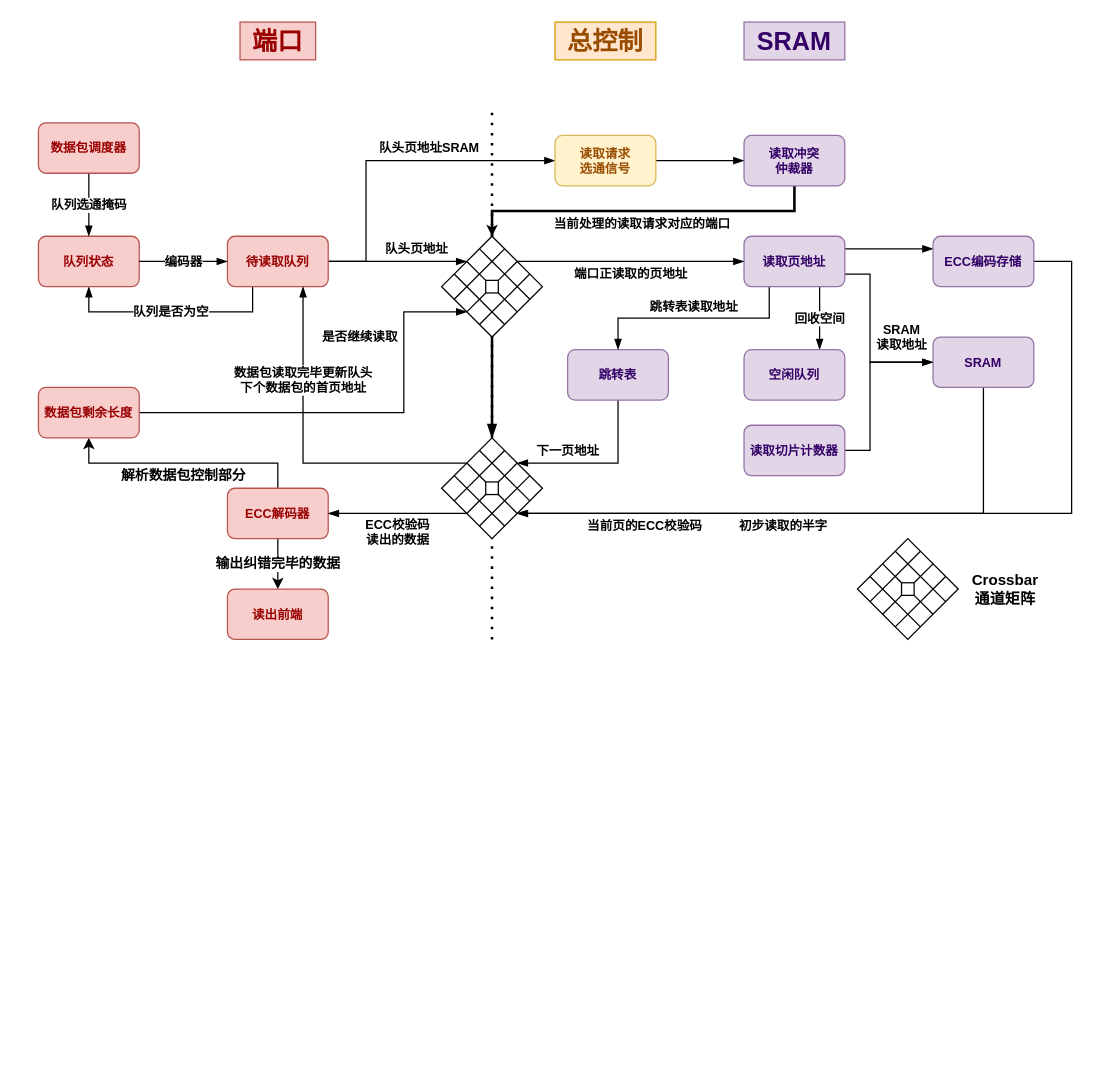
IceBear003/hydra keeps this draw.io diagram as 材料/图片大全6.drawio. Above is the earlier version. Source tidied: cells renumbered, new cells numbered last; positions are measured from the earlier drawing's top-left corner, leaving out a move shared by most shapes. Both pictures are drawn from the tidied source at 126%, with x=0, y=0 at pixel (38, 21).
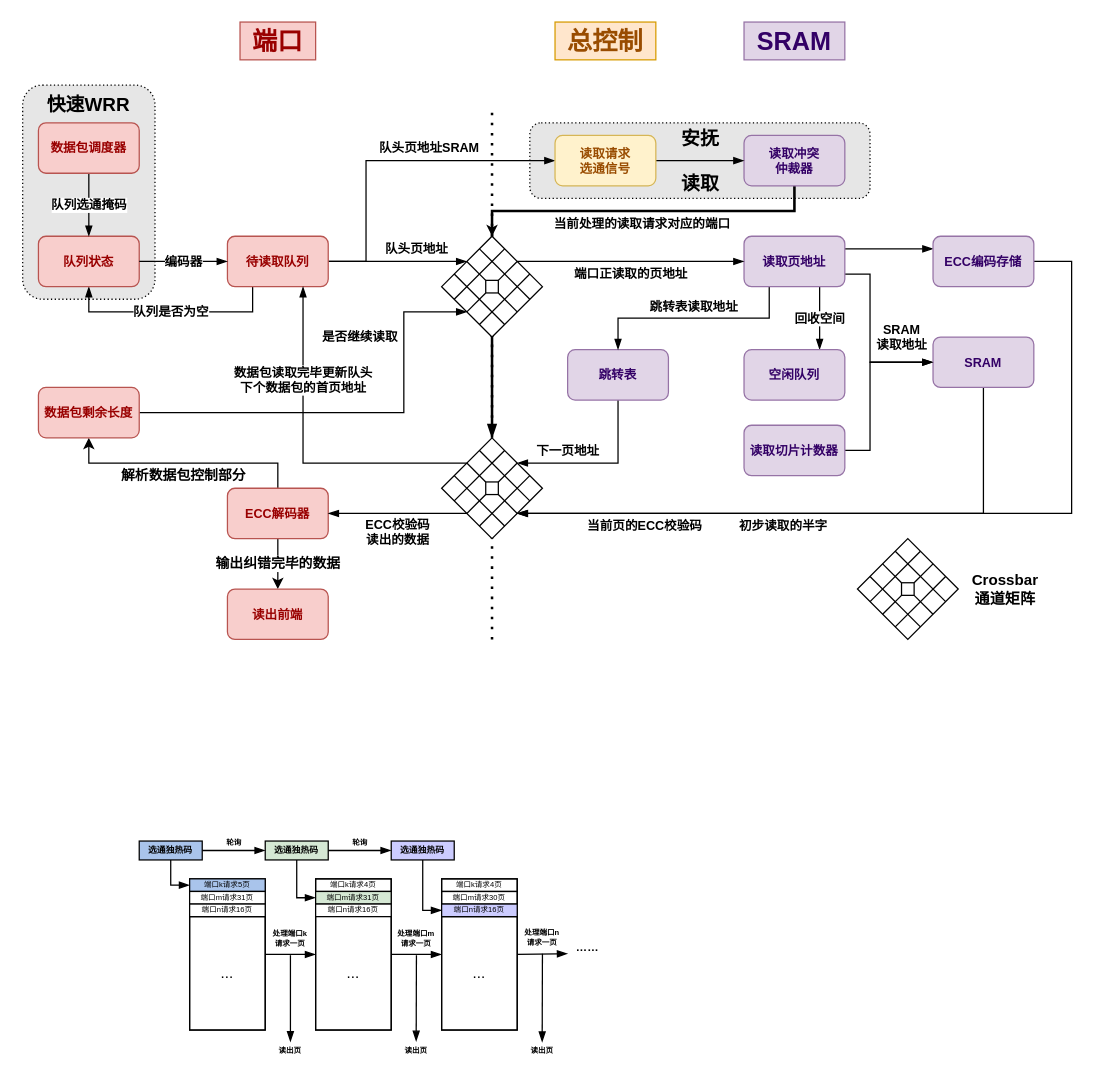
Above is the later version.

Diff of the diagram source:
```diff
@@
+    <mxCell id="76" style="rounded=1;whiteSpace=wrap;html=1;fillColor=#E6E6E6;fillStyle=auto;dashed=1;dashPattern=1 2;" parent="1" vertex="1">
+      <mxGeometry x="-12.5" y="50" width="105" height="170" as="geometry" />
+    </mxCell>
+    <mxCell id="77" style="rounded=1;whiteSpace=wrap;html=1;fillColor=#E6E6E6;fillStyle=auto;dashed=1;dashPattern=1 2;" parent="1" vertex="1">
+      <mxGeometry x="390" y="80" width="270" height="60" as="geometry" />
+    </mxCell>
@@
+    <mxCell id="78" value="&lt;b&gt;安抚&lt;/b&gt;&lt;div&gt;&lt;b&gt;&lt;br&gt;&lt;/b&gt;&lt;/div&gt;&lt;div&gt;&lt;b&gt;读取&lt;/b&gt;&lt;/div&gt;" style="text;html=1;align=center;verticalAlign=middle;whiteSpace=wrap;rounded=0;fontSize=15;" parent="1" vertex="1">
+      <mxGeometry x="497.5" y="95" width="55" height="30" as="geometry" />
+    </mxCell>
+    <mxCell id="79" value="&lt;b&gt;快速WRR&lt;/b&gt;" style="text;html=1;align=center;verticalAlign=middle;whiteSpace=wrap;rounded=0;fontSize=15;" parent="1" vertex="1">
+      <mxGeometry y="50" width="80" height="30" as="geometry" />
+    </mxCell>
+    <mxCell id="80" value="..." style="rounded=0;whiteSpace=wrap;html=1;" parent="1" vertex="1">
+      <mxGeometry x="320" y="710" width="60" height="90" as="geometry" />
+    </mxCell>
+    <mxCell id="81" value="..." style="rounded=0;whiteSpace=wrap;html=1;" parent="1" vertex="1">
+      <mxGeometry x="220" y="709.4" width="60" height="90.6" as="geometry" />
+    </mxCell>
+    <mxCell id="82" value="..." style="rounded=0;whiteSpace=wrap;html=1;" parent="1" vertex="1">
+      <mxGeometry x="120" y="710" width="60" height="90" as="geometry" />
+    </mxCell>
+    <mxCell id="83" style="rounded=0;whiteSpace=wrap;html=1;rotation=90;fillColor=none;" parent="1" vertex="1">
+      <mxGeometry x="90" y="710" width="120" height="60" as="geometry" />
+    </mxCell>
+    <mxCell id="84" value="端口k请求5页" style="rounded=0;whiteSpace=wrap;html=1;fontSize=6;fillColor=#A9C4EB;" parent="1" vertex="1">
+      <mxGeometry x="120" y="680" width="60" height="10" as="geometry" />
+    </mxCell>
+    <mxCell id="85" value="端口m请求31页" style="rounded=0;whiteSpace=wrap;html=1;fontSize=6;" parent="1" vertex="1">
+      <mxGeometry x="120" y="690" width="60" height="10" as="geometry" />
+    </mxCell>
+    <mxCell id="86" value="端口n请求16页" style="rounded=0;whiteSpace=wrap;html=1;fontSize=6;" parent="1" vertex="1">
+      <mxGeometry x="120" y="700" width="60" height="10" as="geometry" />
+    </mxCell>
+    <mxCell id="87" style="rounded=0;whiteSpace=wrap;html=1;rotation=90;fillColor=none;" parent="1" vertex="1">
+      <mxGeometry x="190" y="710" width="120" height="60" as="geometry" />
+    </mxCell>
+    <mxCell id="88" value="端口k请求4页" style="rounded=0;whiteSpace=wrap;html=1;fontSize=6;fillColor=none;" parent="1" vertex="1">
+      <mxGeometry x="220" y="680" width="60" height="10" as="geometry" />
+    </mxCell>
+    <mxCell id="89" value="端口m请求31页" style="rounded=0;whiteSpace=wrap;html=1;fontSize=6;fillColor=#D5E8D4;" parent="1" vertex="1">
+      <mxGeometry x="220" y="690" width="60" height="10" as="geometry" />
+    </mxCell>
+    <mxCell id="90" value="端口n请求16页" style="rounded=0;whiteSpace=wrap;html=1;fontSize=6;" parent="1" vertex="1">
+      <mxGeometry x="220" y="700" width="60" height="10" as="geometry" />
+    </mxCell>
+    <mxCell id="91" style="rounded=0;whiteSpace=wrap;html=1;rotation=90;fillColor=none;" parent="1" vertex="1">
+      <mxGeometry x="290" y="710" width="120" height="60" as="geometry" />
+    </mxCell>
+    <mxCell id="92" value="端口k请求4页" style="rounded=0;whiteSpace=wrap;html=1;fontSize=6;fillColor=none;" parent="1" vertex="1">
+      <mxGeometry x="320" y="680" width="60" height="10" as="geometry" />
+    </mxCell>
+    <mxCell id="93" value="端口m请求30页" style="rounded=0;whiteSpace=wrap;html=1;fontSize=6;fillColor=none;" parent="1" vertex="1">
+      <mxGeometry x="320" y="690" width="60" height="10" as="geometry" />
+    </mxCell>
+    <mxCell id="94" value="端口n请求16页" style="rounded=0;whiteSpace=wrap;html=1;fontSize=6;fillColor=#CCCCFF;" parent="1" vertex="1">
+      <mxGeometry x="320" y="700" width="60" height="10" as="geometry" />
+    </mxCell>
+    <mxCell id="95" style="endArrow=blockThin;html=1;rounded=0;exitX=0.5;exitY=0;exitDx=0;exitDy=0;entryX=0.5;entryY=1;entryDx=0;entryDy=0;endFill=1;" parent="1" edge="1" source="83" target="87">
+      <mxGeometry relative="1" as="geometry" />
+    </mxCell>
+    <mxCell id="96" style="endArrow=blockThin;html=1;rounded=0;exitX=0.5;exitY=0;exitDx=0;exitDy=0;entryX=0.5;entryY=1;entryDx=0;entryDy=0;endFill=1;" parent="1" edge="1" source="87" target="91">
+      <mxGeometry relative="1" as="geometry" />
+    </mxCell>
+    <mxCell id="97" value="处理端口k&lt;br&gt;请求一页" style="text;html=1;align=center;verticalAlign=middle;whiteSpace=wrap;rounded=0;fontSize=6;fontStyle=1;" parent="1" vertex="1">
+      <mxGeometry x="180" y="716.2" width="40" height="24.4" as="geometry" />
+    </mxCell>
+    <mxCell id="98" value="处理端口m&lt;br&gt;请求一页" style="text;html=1;align=center;verticalAlign=middle;whiteSpace=wrap;rounded=0;fontSize=6;fontStyle=1;" parent="1" vertex="1">
+      <mxGeometry x="280" y="716.2" width="40" height="24.4" as="geometry" />
+    </mxCell>
+    <mxCell id="99" value="选通独热码" style="rounded=0;whiteSpace=wrap;html=1;fontSize=7;fontStyle=1;fillColor=#A9C4EB;" parent="1" vertex="1">
+      <mxGeometry x="80" y="650" width="50" height="15" as="geometry" />
+    </mxCell>
+    <mxCell id="100" style="endArrow=blockThin;html=1;rounded=0;exitX=0.5;exitY=1;exitDx=0;exitDy=0;entryX=0;entryY=0.5;entryDx=0;entryDy=0;endFill=1;" parent="1" edge="1" source="99" target="84">
+      <mxGeometry relative="1" as="geometry">
+        <Array as="points">
+          <mxPoint x="105" y="685" />
+        </Array>
+      </mxGeometry>
+    </mxCell>
+    <mxCell id="101" value="选通独热码" style="rounded=0;whiteSpace=wrap;html=1;fontSize=7;fontStyle=1;fillColor=#D5E8D4;" parent="1" vertex="1">
+      <mxGeometry x="180" y="650" width="50" height="15" as="geometry" />
+    </mxCell>
+    <mxCell id="102" style="endArrow=blockThin;html=1;rounded=0;exitX=0.5;exitY=1;exitDx=0;exitDy=0;entryX=0;entryY=0.5;entryDx=0;entryDy=0;endFill=1;" parent="1" edge="1" source="101" target="89">
+      <mxGeometry relative="1" as="geometry">
+        <Array as="points">
+          <mxPoint x="205" y="695" />
+        </Array>
+      </mxGeometry>
+    </mxCell>
+    <mxCell id="103" value="选通独热码" style="rounded=0;whiteSpace=wrap;html=1;fontSize=7;fontStyle=1;fillColor=#CCCCFF;" parent="1" vertex="1">
+      <mxGeometry x="280" y="650" width="50" height="15" as="geometry" />
+    </mxCell>
+    <mxCell id="104" style="endArrow=blockThin;html=1;rounded=0;exitX=0.5;exitY=1;exitDx=0;exitDy=0;entryX=0;entryY=0.5;entryDx=0;entryDy=0;endFill=1;" parent="1" edge="1" source="103" target="94">
+      <mxGeometry relative="1" as="geometry">
+        <Array as="points">
+          <mxPoint x="305" y="705" />
+        </Array>
+      </mxGeometry>
+    </mxCell>
+    <mxCell id="105" value="轮询" style="endArrow=blockThin;html=1;rounded=0;exitX=1;exitY=0.5;exitDx=0;exitDy=0;entryX=0;entryY=0.5;entryDx=0;entryDy=0;endFill=1;fontSize=6;verticalAlign=bottom;fontStyle=1;" parent="1" edge="1" source="99" target="101">
+      <mxGeometry relative="1" as="geometry" />
+    </mxCell>
+    <mxCell id="106" value="轮询" style="endArrow=blockThin;html=1;rounded=0;exitX=1;exitY=0.5;exitDx=0;exitDy=0;entryX=0;entryY=0.5;entryDx=0;entryDy=0;endFill=1;fontSize=6;verticalAlign=bottom;fontStyle=1;" parent="1" edge="1" source="101" target="103">
+      <mxGeometry relative="1" as="geometry" />
+    </mxCell>
+    <mxCell id="107" style="endArrow=blockThin;html=1;rounded=0;exitX=0.5;exitY=1;exitDx=0;exitDy=0;endFill=1;" parent="1" edge="1" source="97">
+      <mxGeometry relative="1" as="geometry">
+        <mxPoint x="200" y="809.4" as="targetPoint" />
+      </mxGeometry>
+    </mxCell>
+    <mxCell id="108" style="endArrow=blockThin;html=1;rounded=0;exitX=0.5;exitY=1;exitDx=0;exitDy=0;endFill=1;" parent="1" edge="1" source="98">
+      <mxGeometry relative="1" as="geometry">
+        <mxPoint x="299.8" y="809" as="targetPoint" />
+      </mxGeometry>
+    </mxCell>
+    <mxCell id="109" value="读出页" style="text;html=1;align=center;verticalAlign=middle;whiteSpace=wrap;rounded=0;fontSize=6;fontStyle=1;" parent="1" vertex="1">
+      <mxGeometry x="180" y="805" width="40" height="24.4" as="geometry" />
+    </mxCell>
+    <mxCell id="110" value="读出页" style="text;html=1;align=center;verticalAlign=middle;whiteSpace=wrap;rounded=0;fontSize=6;fontStyle=1;" parent="1" vertex="1">
+      <mxGeometry x="280" y="805" width="40" height="24.4" as="geometry" />
+    </mxCell>
+    <mxCell id="111" style="endArrow=blockThin;html=1;rounded=0;endFill=1;exitX=0.5;exitY=0;exitDx=0;exitDy=0;" parent="1" edge="1" source="91">
+      <mxGeometry relative="1" as="geometry">
+        <mxPoint x="420" y="739.4" as="targetPoint" />
+      </mxGeometry>
+    </mxCell>
+    <mxCell id="112" value="处理端口n&lt;br&gt;请求一页" style="text;html=1;align=center;verticalAlign=middle;whiteSpace=wrap;rounded=0;fontSize=6;fontStyle=1;" parent="1" vertex="1">
+      <mxGeometry x="380" y="715" width="40" height="24.4" as="geometry" />
+    </mxCell>
+    <mxCell id="113" style="endArrow=blockThin;html=1;rounded=0;exitX=0.5;exitY=1;exitDx=0;exitDy=0;endFill=1;" parent="1" edge="1" source="112">
+      <mxGeometry relative="1" as="geometry">
+        <mxPoint x="399.8" y="809.6" as="targetPoint" />
+      </mxGeometry>
+    </mxCell>
+    <mxCell id="114" value="读出页" style="text;html=1;align=center;verticalAlign=middle;whiteSpace=wrap;rounded=0;fontSize=6;fontStyle=1;" parent="1" vertex="1">
+      <mxGeometry x="380" y="805" width="40" height="24.4" as="geometry" />
+    </mxCell>
+    <mxCell id="115" value="……" style="text;html=1;align=center;verticalAlign=middle;whiteSpace=wrap;rounded=0;fontSize=9;fontStyle=1;" parent="1" vertex="1">
+      <mxGeometry x="416" y="715" width="40" height="40.9" as="geometry" />
+    </mxCell>
```
